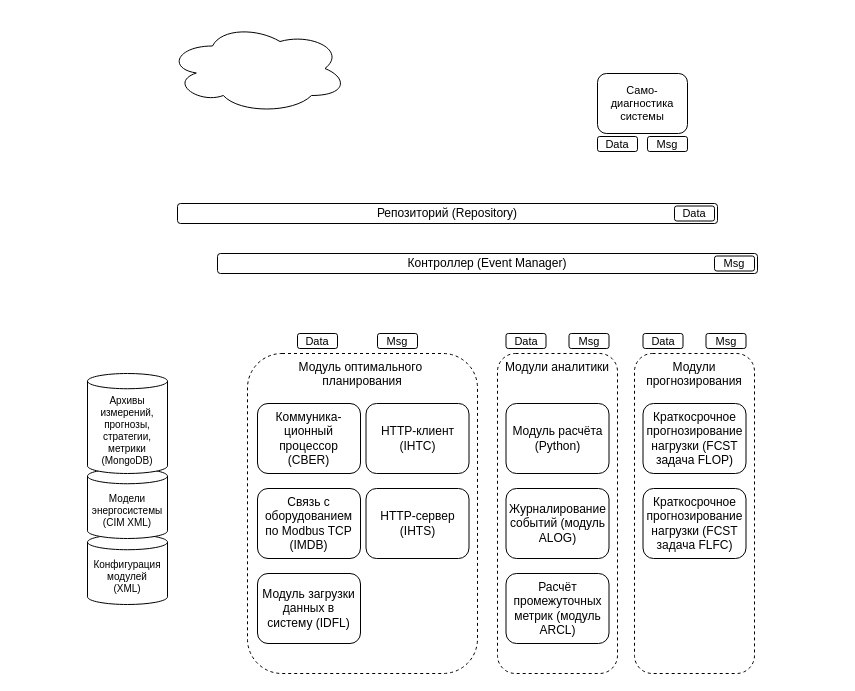
This is Untitled Diagram.drawio from Randyrofed/DrawIO, a draw.io file, before an edit. Source tidied: cells renumbered, new cells numbered last; positions are measured from the earlier drawing's top-left corner, leaving out a move shared by most shapes. Both pictures are drawn from the tidied source at 100%, with x=0, y=0 at pixel (87, 23).
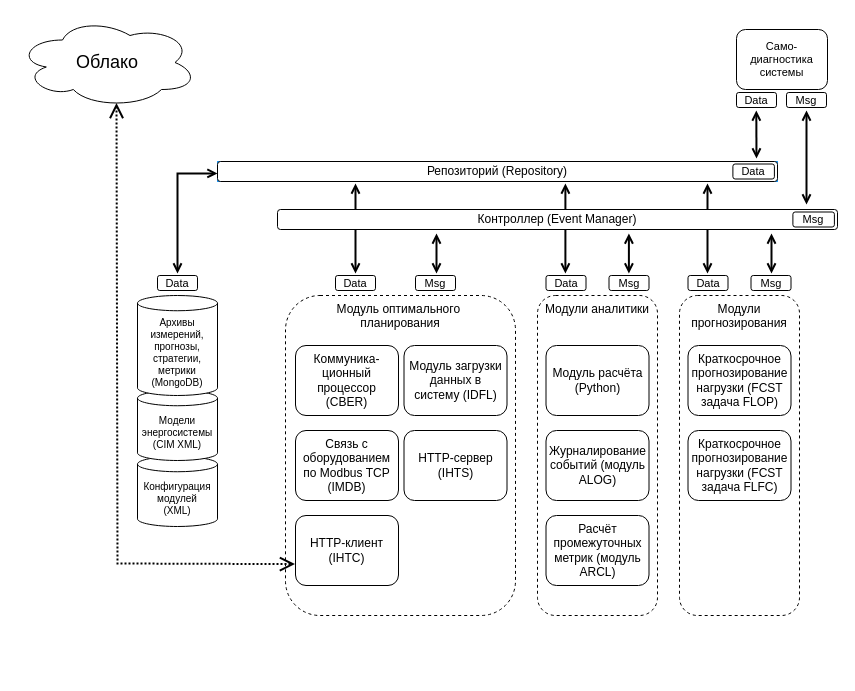
The same page after the edit.

Diff of the diagram source:
```diff
@@
+    <mxCell id="32" style="endArrow=open;startArrow=open;html=1;rounded=0;fontSize=18;startFill=0;endFill=0;strokeWidth=2;" parent="1" edge="1">
+      <mxGeometry relative="1" as="geometry">
+        <mxPoint x="719" y="181" as="sourcePoint" />
+        <mxPoint x="719" y="87" as="targetPoint" />
+      </mxGeometry>
+    </mxCell>
+    <mxCell id="33" style="endArrow=open;startArrow=open;html=1;rounded=0;fontSize=18;startFill=0;endFill=0;strokeWidth=2;" parent="1" edge="1">
+      <mxGeometry relative="1" as="geometry">
+        <mxPoint x="268" y="250" as="sourcePoint" />
+        <mxPoint x="268" y="160" as="targetPoint" />
+      </mxGeometry>
+    </mxCell>
+    <mxCell id="34" style="endArrow=open;startArrow=open;html=1;rounded=0;fontSize=18;startFill=0;endFill=0;strokeWidth=2;" parent="1" edge="1">
+      <mxGeometry relative="1" as="geometry">
+        <mxPoint x="477.9" y="250" as="sourcePoint" />
+        <mxPoint x="477.9" y="160" as="targetPoint" />
+      </mxGeometry>
+    </mxCell>
+    <mxCell id="35" style="endArrow=open;startArrow=open;html=1;rounded=0;fontSize=18;startFill=0;endFill=0;strokeWidth=2;" parent="1" edge="1">
+      <mxGeometry relative="1" as="geometry">
+        <mxPoint x="620" y="250" as="sourcePoint" />
+        <mxPoint x="620" y="160" as="targetPoint" />
+      </mxGeometry>
+    </mxCell>
-    <mxCell id="2" value="Конфигурация модулей&lt;br&gt;(XML)" style="shape=cylinder3;whiteSpace=wrap;html=1;boundedLbl=1;backgroundOutline=1;size=7.620689655172384;fontSize=10;" parent="1" vertex="1">
-      <mxGeometry y="511" width="80" height="70" as="geometry" />
+    <mxCell id="2" value="Конфигурация модулей&lt;br&gt;(XML)" style="shape=cylinder3;whiteSpace=wrap;html=1;boundedLbl=1;backgroundOutline=1;size=7.620689655172384;fontSize=10;strokeColor=#000000;fontColor=#000000;" parent="1" vertex="1">
+      <mxGeometry x="50" y="433" width="80" height="70" as="geometry" />
     </mxCell>
-    <mxCell id="3" value="Репозиторий (Repository)" style="rounded=1;whiteSpace=wrap;html=1;" parent="1" vertex="1">
-      <mxGeometry x="90" y="180" width="540" height="20" as="geometry" />
-    </mxCell>
-    <mxCell id="4" value="&lt;font style=&quot;font-size: 11px;&quot;&gt;Data&lt;/font&gt;" style="rounded=1;whiteSpace=wrap;html=1;" parent="1" vertex="1">
-      <mxGeometry x="587" y="182.5" width="40" height="15" as="geometry" />
-    </mxCell>
-    <mxCell id="5" value="Контроллер (Event Manager)" style="rounded=1;whiteSpace=wrap;html=1;" parent="1" vertex="1">
-      <mxGeometry x="130" y="230" width="540" height="20" as="geometry" />
-    </mxCell>
-    <mxCell id="6" value="&lt;font style=&quot;font-size: 11px;&quot;&gt;Msg&lt;/font&gt;" style="rounded=1;whiteSpace=wrap;html=1;" parent="1" vertex="1">
-      <mxGeometry x="627" y="232.5" width="40" height="15" as="geometry" />
-    </mxCell>
     <mxCell id="7" value="Само-&lt;br&gt;диагностика&lt;br&gt;системы" style="rounded=1;whiteSpace=wrap;html=1;fontSize=11;" parent="1" vertex="1">
-      <mxGeometry x="510" y="50" width="90" height="60" as="geometry" />
+      <mxGeometry x="649" y="6" width="91" height="60" as="geometry" />
     </mxCell>
     <mxCell id="8" value="&lt;font style=&quot;font-size: 11px;&quot;&gt;Data&lt;/font&gt;" style="rounded=1;whiteSpace=wrap;html=1;" parent="1" vertex="1">
-      <mxGeometry x="510" y="113" width="40" height="15" as="geometry" />
+      <mxGeometry x="649" y="69" width="40" height="15" as="geometry" />
     </mxCell>
     <mxCell id="9" value="&lt;font style=&quot;font-size: 11px;&quot;&gt;Msg&lt;/font&gt;" style="rounded=1;whiteSpace=wrap;html=1;" parent="1" vertex="1">
-      <mxGeometry x="560" y="113" width="40" height="15" as="geometry" />
+      <mxGeometry x="699" y="69" width="40" height="15" as="geometry" />
     </mxCell>
-    <mxCell id="10" style="ellipse;shape=cloud;whiteSpace=wrap;html=1;fontSize=11;" parent="1" vertex="1">
-      <mxGeometry x="80" width="180" height="90" as="geometry" />
+    <mxCell id="10" value="Облако" style="ellipse;shape=cloud;whiteSpace=wrap;html=1;fontSize=18;" parent="1" vertex="1">
+      <mxGeometry x="-70" y="-6" width="180" height="90" as="geometry" />
     </mxCell>
     <mxCell id="11" value="&lt;font style=&quot;font-size: 11px;&quot;&gt;Data&lt;/font&gt;" style="rounded=1;whiteSpace=wrap;html=1;" parent="1" vertex="1">
-      <mxGeometry x="555.5" y="310" width="40" height="15" as="geometry" />
+      <mxGeometry x="600.5" y="252" width="40" height="15" as="geometry" />
     </mxCell>
     <mxCell id="12" value="&lt;font style=&quot;font-size: 11px;&quot;&gt;Msg&lt;/font&gt;" style="rounded=1;whiteSpace=wrap;html=1;" parent="1" vertex="1">
-      <mxGeometry x="618.5" y="310" width="40" height="15" as="geometry" />
+      <mxGeometry x="663.5" y="252" width="40" height="15" as="geometry" />
     </mxCell>
     <mxCell id="13" value="&lt;div style=&quot;&quot;&gt;&lt;span style=&quot;background-color: initial;&quot;&gt;&lt;font style=&quot;font-size: 12px;&quot;&gt;Модули прогнозирования&lt;/font&gt;&lt;/span&gt;&lt;br&gt;&lt;/div&gt;" style="rounded=1;whiteSpace=wrap;html=1;fontSize=11;align=center;verticalAlign=top;dashed=1;" parent="1" vertex="1">
-      <mxGeometry x="547" y="330" width="120" height="320" as="geometry" />
+      <mxGeometry x="592" y="272" width="120" height="320" as="geometry" />
     </mxCell>
     <mxCell id="14" value="Краткосрочное прогнозирование нагрузки (FCST задача FLOP)" style="rounded=1;whiteSpace=wrap;html=1;fontSize=12;" parent="1" vertex="1">
-      <mxGeometry x="555.5" y="380" width="103" height="70" as="geometry" />
+      <mxGeometry x="600.5" y="322" width="103" height="70" as="geometry" />
     </mxCell>
     <mxCell id="15" value="Краткосрочное прогнозирование нагрузки (FCST задача FLFC)" style="rounded=1;whiteSpace=wrap;html=1;fontSize=12;" parent="1" vertex="1">
-      <mxGeometry x="555.5" y="465" width="103" height="70" as="geometry" />
+      <mxGeometry x="600.5" y="407" width="103" height="70" as="geometry" />
     </mxCell>
     <mxCell id="16" value="&lt;font style=&quot;font-size: 11px;&quot;&gt;Data&lt;/font&gt;" style="rounded=1;whiteSpace=wrap;html=1;" parent="1" vertex="1">
-      <mxGeometry x="418.5" y="310" width="40" height="15" as="geometry" />
+      <mxGeometry x="458.5" y="252" width="40" height="15" as="geometry" />
     </mxCell>
     <mxCell id="17" value="&lt;font style=&quot;font-size: 11px;&quot;&gt;Msg&lt;/font&gt;" style="rounded=1;whiteSpace=wrap;html=1;" parent="1" vertex="1">
-      <mxGeometry x="481.5" y="310" width="40" height="15" as="geometry" />
+      <mxGeometry x="521.5" y="252" width="40" height="15" as="geometry" />
     </mxCell>
     <mxCell id="18" value="&lt;div style=&quot;&quot;&gt;&lt;span style=&quot;background-color: initial;&quot;&gt;&lt;font style=&quot;font-size: 12px;&quot;&gt;Модули аналитики&lt;/font&gt;&lt;/span&gt;&lt;br&gt;&lt;/div&gt;" style="rounded=1;whiteSpace=wrap;html=1;fontSize=11;align=center;verticalAlign=top;dashed=1;" parent="1" vertex="1">
-      <mxGeometry x="410" y="330" width="120" height="320" as="geometry" />
+      <mxGeometry x="450" y="272" width="120" height="320" as="geometry" />
     </mxCell>
     <mxCell id="19" value="Модуль расчёта (Python)" style="rounded=1;whiteSpace=wrap;html=1;fontSize=12;" parent="1" vertex="1">
-      <mxGeometry x="418.5" y="380" width="103" height="70" as="geometry" />
+      <mxGeometry x="458.5" y="322" width="103" height="70" as="geometry" />
     </mxCell>
     <mxCell id="20" value="Журналирование событий (модуль ALOG)" style="rounded=1;whiteSpace=wrap;html=1;fontSize=12;" parent="1" vertex="1">
-      <mxGeometry x="418.5" y="465" width="103" height="70" as="geometry" />
+      <mxGeometry x="458.5" y="407" width="103" height="70" as="geometry" />
     </mxCell>
     <mxCell id="21" value="Расчёт промежуточных метрик (модуль ARCL)" style="rounded=1;whiteSpace=wrap;html=1;fontSize=12;" parent="1" vertex="1">
-      <mxGeometry x="418.5" y="550" width="103" height="70" as="geometry" />
+      <mxGeometry x="458.5" y="492" width="103" height="70" as="geometry" />
     </mxCell>
     <mxCell id="22" value="&lt;font style=&quot;font-size: 11px;&quot;&gt;Data&lt;/font&gt;" style="rounded=1;whiteSpace=wrap;html=1;" parent="1" vertex="1">
-      <mxGeometry x="210" y="310" width="40" height="15" as="geometry" />
+      <mxGeometry x="248" y="252" width="40" height="15" as="geometry" />
     </mxCell>
     <mxCell id="23" value="&lt;font style=&quot;font-size: 11px;&quot;&gt;Msg&lt;/font&gt;" style="rounded=1;whiteSpace=wrap;html=1;" parent="1" vertex="1">
-      <mxGeometry x="290" y="310" width="40" height="15" as="geometry" />
+      <mxGeometry x="328" y="252" width="40" height="15" as="geometry" />
     </mxCell>
     <mxCell id="24" value="&lt;div style=&quot;font-size: 12px;&quot;&gt;&lt;font style=&quot;font-size: 12px;&quot;&gt;Модуль оптимального&amp;nbsp;&lt;/font&gt;&lt;/div&gt;&lt;div style=&quot;font-size: 12px;&quot;&gt;&lt;font style=&quot;font-size: 12px;&quot;&gt;планирования&lt;/font&gt;&lt;/div&gt;" style="rounded=1;whiteSpace=wrap;html=1;fontSize=12;align=center;verticalAlign=top;dashed=1;" parent="1" vertex="1">
-      <mxGeometry x="160" y="330" width="230" height="320" as="geometry" />
+      <mxGeometry x="198" y="272" width="230" height="320" as="geometry" />
     </mxCell>
     <mxCell id="25" value="HTTP-клиент&lt;br&gt;(IHTC)" style="rounded=1;whiteSpace=wrap;html=1;fontSize=12;" parent="1" vertex="1">
-      <mxGeometry x="278.5" y="380" width="103" height="70" as="geometry" />
+      <mxGeometry x="208" y="492" width="103" height="70" as="geometry" />
     </mxCell>
-    <mxCell id="26" value="Модели энергосистемы&lt;br&gt;(CIM XML)" style="shape=cylinder3;whiteSpace=wrap;html=1;boundedLbl=1;backgroundOutline=1;size=7.620689655172384;fontSize=10;" parent="1" vertex="1">
-      <mxGeometry y="445" width="80" height="70" as="geometry" />
+    <mxCell id="26" value="Модели энергосистемы&lt;br&gt;(CIM XML)" style="shape=cylinder3;whiteSpace=wrap;html=1;boundedLbl=1;backgroundOutline=1;size=7.620689655172384;fontSize=10;strokeColor=#000000;fontColor=#000000;" parent="1" vertex="1">
+      <mxGeometry x="50" y="367" width="80" height="70" as="geometry" />
     </mxCell>
-    <mxCell id="27" value="Архивы измерений, прогнозы, стратегии, метрики&lt;br&gt;(MongoDB)" style="shape=cylinder3;whiteSpace=wrap;html=1;boundedLbl=1;backgroundOutline=1;size=7.620689655172384;fontSize=10;" parent="1" vertex="1">
-      <mxGeometry y="350" width="80" height="100" as="geometry" />
+    <mxCell id="27" value="Архивы измерений, прогнозы, стратегии, метрики&lt;br&gt;(MongoDB)" style="shape=cylinder3;whiteSpace=wrap;html=1;boundedLbl=1;backgroundOutline=1;size=7.620689655172384;fontSize=10;strokeColor=#000000;fontColor=#000000;" parent="1" vertex="1">
+      <mxGeometry x="50" y="272" width="80" height="100" as="geometry" />
     </mxCell>
     <mxCell id="28" value="HTTP-сервер (IHTS)" style="rounded=1;whiteSpace=wrap;html=1;fontSize=12;" parent="1" vertex="1">
-      <mxGeometry x="278.5" y="465" width="103" height="70" as="geometry" />
+      <mxGeometry x="316.5" y="407" width="103" height="70" as="geometry" />
     </mxCell>
     <mxCell id="29" value="Коммуника-ционный процессор&lt;br&gt;(CBER)" style="rounded=1;whiteSpace=wrap;html=1;fontSize=12;" parent="1" vertex="1">
-      <mxGeometry x="170" y="380" width="103" height="70" as="geometry" />
+      <mxGeometry x="208" y="322" width="103" height="70" as="geometry" />
     </mxCell>
     <mxCell id="30" value="Связь с оборудованием по Modbus TCP (IMDB)" style="rounded=1;whiteSpace=wrap;html=1;fontSize=12;" parent="1" vertex="1">
-      <mxGeometry x="170" y="465" width="103" height="70" as="geometry" />
+      <mxGeometry x="208" y="407" width="103" height="70" as="geometry" />
     </mxCell>
     <mxCell id="31" value="Модуль загрузки данных в &lt;br&gt;систему (IDFL)" style="rounded=1;whiteSpace=wrap;html=1;fontSize=12;" parent="1" vertex="1">
-      <mxGeometry x="170" y="550" width="103" height="70" as="geometry" />
+      <mxGeometry x="316.5" y="322" width="103" height="70" as="geometry" />
     </mxCell>
+    <mxCell id="36" style="group;" parent="1" vertex="1">
+      <mxGeometry x="190" y="186" width="560" height="20" as="geometry" />
+    </mxCell>
+    <mxCell id="5" value="Контроллер (Event Manager)" style="rounded=1;whiteSpace=wrap;html=1;" parent="36" vertex="1">
+      <mxGeometry width="560" height="20" as="geometry" />
+    </mxCell>
+    <mxCell id="6" value="&lt;font style=&quot;font-size: 11px;&quot;&gt;Msg&lt;/font&gt;" style="rounded=1;whiteSpace=wrap;html=1;" parent="36" vertex="1">
+      <mxGeometry x="515.4" y="2.5" width="41.5" height="15" as="geometry" />
+    </mxCell>
+    <mxCell id="37" style="group;fillColor=#FFFFFF;strokeColor=#219FFF;" parent="1" vertex="1">
+      <mxGeometry x="130" y="138" width="560" height="20" as="geometry" />
+    </mxCell>
+    <mxCell id="3" value="Репозиторий (Repository)" style="rounded=1;whiteSpace=wrap;html=1;" parent="37" vertex="1">
+      <mxGeometry width="560" height="20" as="geometry" />
+    </mxCell>
+    <mxCell id="4" value="&lt;font style=&quot;font-size: 11px;&quot;&gt;Data&lt;/font&gt;" style="rounded=1;whiteSpace=wrap;html=1;" parent="37" vertex="1">
+      <mxGeometry x="515.4" y="2.5" width="41.5" height="15" as="geometry" />
+    </mxCell>
+    <mxCell id="38" style="endArrow=open;startArrow=open;html=1;rounded=0;fontSize=18;strokeWidth=2;startFill=0;endFill=0;" parent="1" edge="1">
+      <mxGeometry relative="1" as="geometry">
+        <mxPoint x="684" y="250" as="sourcePoint" />
+        <mxPoint x="684" y="210" as="targetPoint" />
+      </mxGeometry>
+    </mxCell>
+    <mxCell id="39" style="endArrow=open;startArrow=open;html=1;rounded=0;fontSize=18;entryX=0;entryY=0.597;entryDx=0;entryDy=0;entryPerimeter=0;startFill=0;endFill=0;strokeWidth=2;fillColor=#dae8fc;strokeColor=#000000;fontColor=#000000;" parent="1" edge="1" target="3">
+      <mxGeometry relative="1" as="geometry">
+        <mxPoint x="90" y="250" as="sourcePoint" />
+        <Array as="points">
+          <mxPoint x="90" y="150" />
+        </Array>
+      </mxGeometry>
+    </mxCell>
+    <mxCell id="40" value="&lt;font style=&quot;font-size: 11px;&quot;&gt;Data&lt;/font&gt;" style="rounded=1;whiteSpace=wrap;html=1;fillColor=#FFFFFF;strokeColor=#000000;fontColor=#000000;" parent="1" vertex="1">
+      <mxGeometry x="70" y="252" width="40" height="15" as="geometry" />
+    </mxCell>
+    <mxCell id="41" style="endArrow=open;startArrow=open;html=1;rounded=0;fontSize=18;startFill=0;endFill=0;strokeWidth=2;" parent="1" edge="1">
+      <mxGeometry relative="1" as="geometry">
+        <mxPoint x="349" y="250" as="sourcePoint" />
+        <mxPoint x="349" y="210" as="targetPoint" />
+      </mxGeometry>
+    </mxCell>
+    <mxCell id="42" style="endArrow=open;startArrow=open;html=1;rounded=0;fontSize=18;startFill=0;endFill=0;strokeWidth=2;" parent="1" edge="1">
+      <mxGeometry relative="1" as="geometry">
+        <mxPoint x="541.4" y="250" as="sourcePoint" />
+        <mxPoint x="541.4" y="210" as="targetPoint" />
+      </mxGeometry>
+    </mxCell>
+    <mxCell id="43" style="endArrow=open;startArrow=open;html=1;rounded=0;fontSize=18;startFill=0;endFill=0;strokeWidth=2;" parent="1" edge="1">
+      <mxGeometry relative="1" as="geometry">
+        <mxPoint x="669" y="135" as="sourcePoint" />
+        <mxPoint x="668.8" y="87" as="targetPoint" />
+      </mxGeometry>
+    </mxCell>
+    <mxCell id="44" style="endArrow=open;startArrow=open;html=1;rounded=0;fontSize=18;fontColor=#000000;strokeColor=#000000;strokeWidth=2;entryX=0.55;entryY=0.95;entryDx=0;entryDy=0;entryPerimeter=0;exitX=-0.005;exitY=0.694;exitDx=0;exitDy=0;exitPerimeter=0;startFill=0;endFill=0;endSize=11;startSize=11;dashed=1;dashPattern=1 1;" parent="1" edge="1" source="25" target="10">
+      <mxGeometry relative="1" as="geometry">
+        <Array as="points">
+          <mxPoint x="30" y="540" />
+        </Array>
+      </mxGeometry>
+    </mxCell>
```
